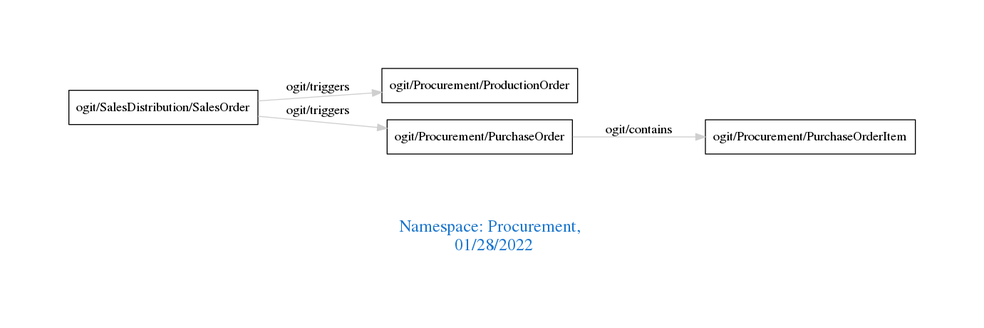
The Graphviz diagram downloads/Procurement.png in arago/OGIT, before a commit. Its source is kept beside it as downloads/Procurement.dot. Its diagram source:
```dot
digraph OGIT_ontology {
 graph [ rankdir= LR,pad=1
fontsize = 18,
fontcolor= dodgerblue3,label = "\n\n\nNamespace: Procurement, \n 01/28/2022"];
node[shape=polygon];
edge [  color="gray81"];

   "ogit/Procurement/PurchaseOrder" -> "ogit/Procurement/PurchaseOrderItem" [label="   ogit/contains    "];
   "ogit/SalesDistribution/SalesOrder" -> "ogit/Procurement/ProductionOrder" [label="   ogit/triggers    "];
   "ogit/SalesDistribution/SalesOrder" -> "ogit/Procurement/PurchaseOrder" [label="   ogit/triggers    "];
}
```
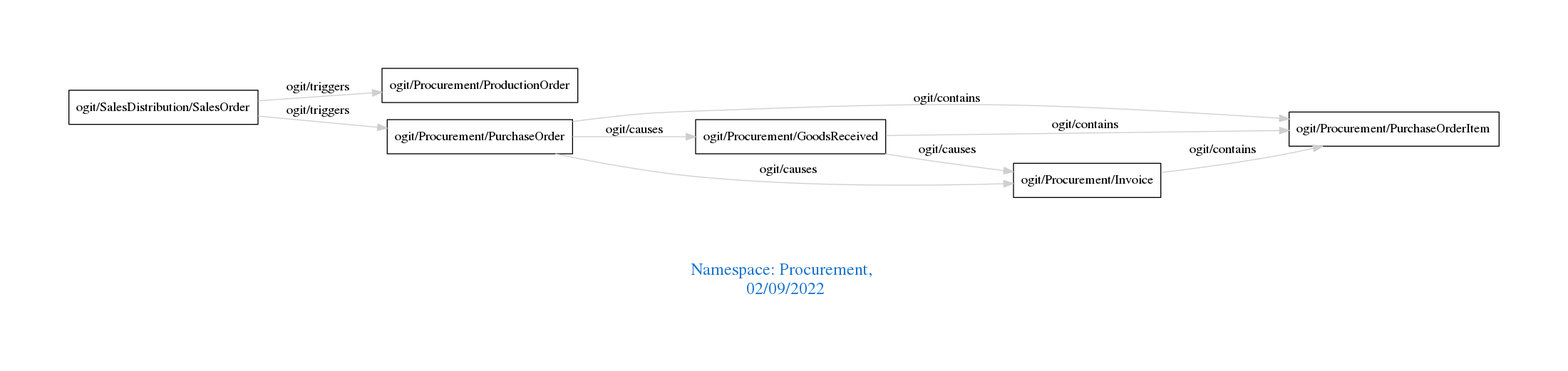
Above is the later version.

The edit, as a diff of the source:
```diff
@@ -1,11 +1,16 @@
 digraph OGIT_ontology {
  graph [ rankdir= LR,pad=1
 fontsize = 18,
-fontcolor= dodgerblue3,label = "\n\n\nNamespace: Procurement, \n 01/28/2022"];
+fontcolor= dodgerblue3,label = "\n\n\nNamespace: Procurement, \n 02/09/2022"];
 node[shape=polygon];
 edge [  color="gray81"];
 
+   "ogit/Procurement/GoodsReceived" -> "ogit/Procurement/PurchaseOrderItem" [label="   ogit/contains    "];
+   "ogit/Procurement/Invoice" -> "ogit/Procurement/PurchaseOrderItem" [label="   ogit/contains    "];
    "ogit/Procurement/PurchaseOrder" -> "ogit/Procurement/PurchaseOrderItem" [label="   ogit/contains    "];
    "ogit/SalesDistribution/SalesOrder" -> "ogit/Procurement/ProductionOrder" [label="   ogit/triggers    "];
    "ogit/SalesDistribution/SalesOrder" -> "ogit/Procurement/PurchaseOrder" [label="   ogit/triggers    "];
+   "ogit/Procurement/GoodsReceived" -> "ogit/Procurement/Invoice" [label="   ogit/causes    "];
+   "ogit/Procurement/PurchaseOrder" -> "ogit/Procurement/GoodsReceived" [label="   ogit/causes    "];
+   "ogit/Procurement/PurchaseOrder" -> "ogit/Procurement/Invoice" [label="   ogit/causes    "];
 }
```
